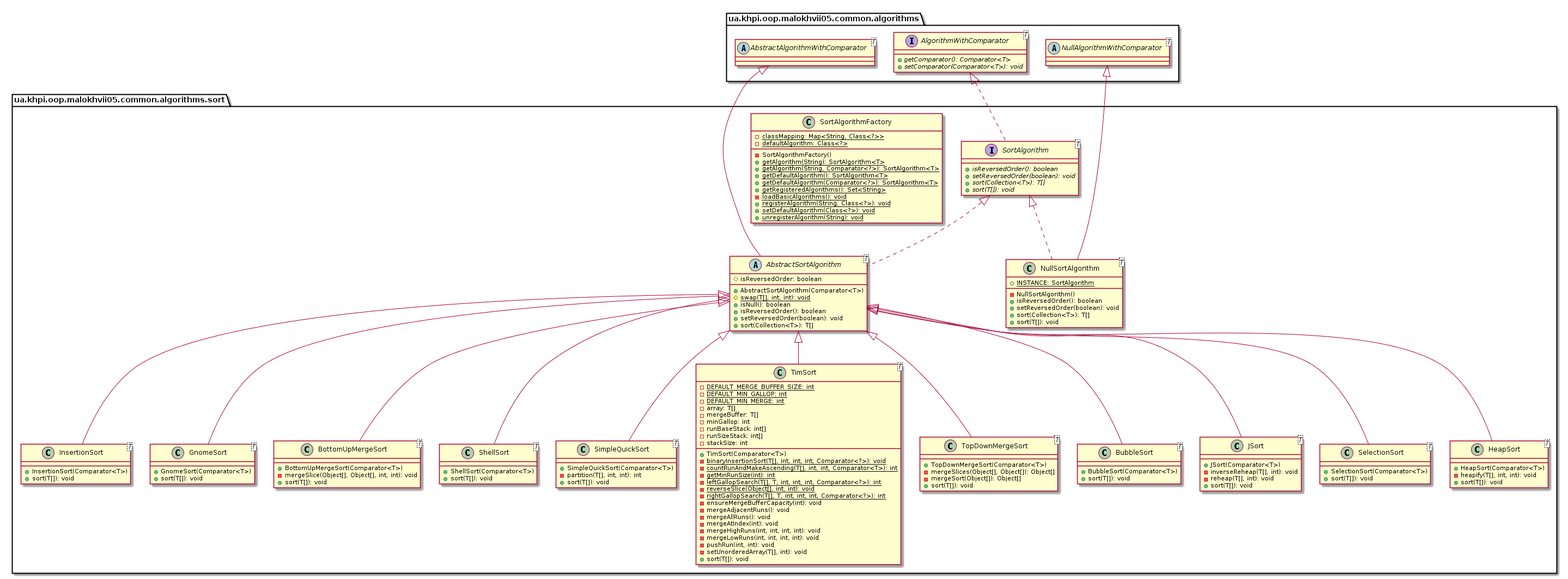
Before: malokhvii-eduard/malokhvii05/doc/plantuml/png/ua.khpi.oop.malokhvii05.common.algorithms.sort.package.png, a diagram exported from PlantUML (P-Kalin/kit26a).
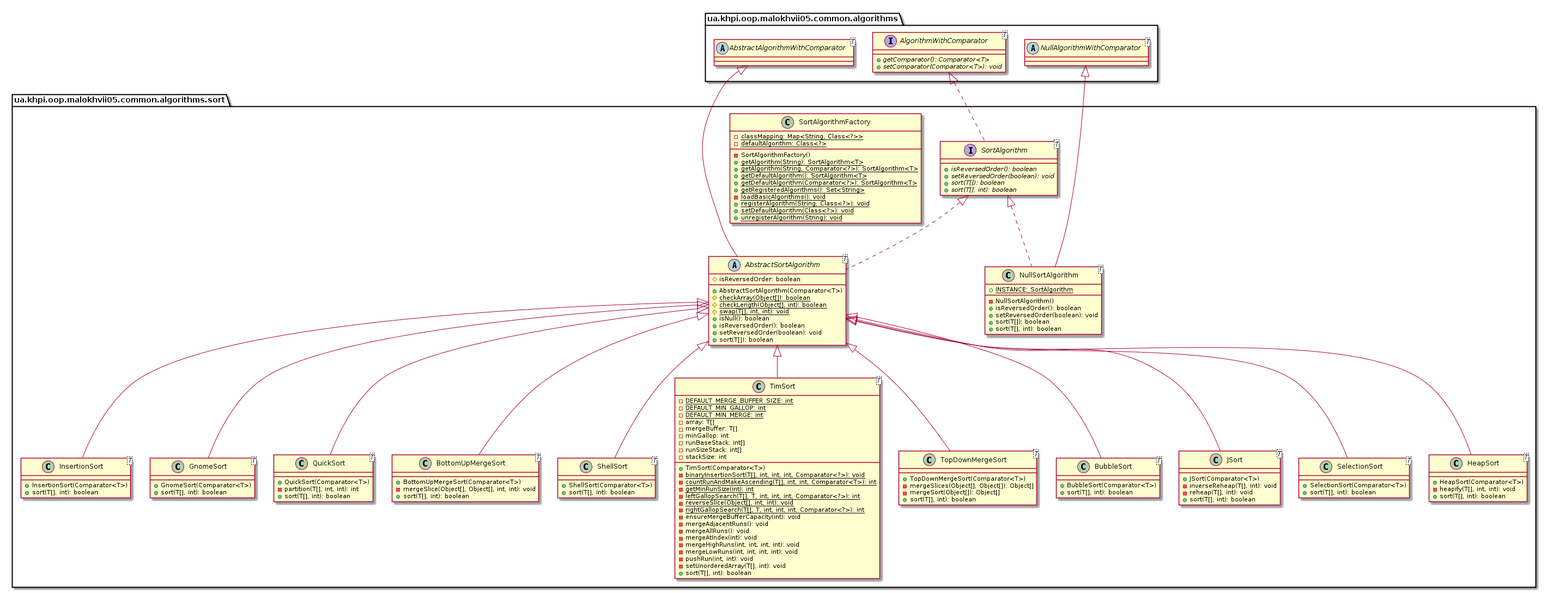
After the change.

Change to the diagram source:
```diff
@@ -4,40 +4,48 @@
 
         class InsertionSort<T> {
             +InsertionSort(Comparator<T>)
-            +sort(T[]): void
+            +sort(T[], int): boolean
         }
 
         class GnomeSort<T> {
             +GnomeSort(Comparator<T>)
-            +sort(T[]): void
+            +sort(T[], int): boolean
         }
 
         abstract class AbstractSortAlgorithm<T> {
             #isReversedOrder: boolean
             +AbstractSortAlgorithm(Comparator<T>)
+            {static} #checkArray(Object[]): boolean
+            {static} #checkLength(Object[], int): boolean
             {static} #swap(T[], int, int): void
             +isNull(): boolean
             +isReversedOrder(): boolean
             +setReversedOrder(boolean): void
-            +sort(Collection<T>): T[]
+            +sort(T[]): boolean
+        }
+
+        class QuickSort<T> {
+            +QuickSort(Comparator<T>)
+            -partition(T[], int, int): int
+            +sort(T[], int): boolean
         }
 
         interface SortAlgorithm<T> {
             {abstract} +isReversedOrder(): boolean
             {abstract} +setReversedOrder(boolean): void
-            {abstract} +sort(Collection<T>): T[]
-            {abstract} +sort(T[]): void
+            {abstract} +sort(T[]): boolean
+            {abstract} +sort(T[], int): boolean
         }
 
         class BottomUpMergeSort<T> {
             +BottomUpMergeSort(Comparator<T>)
             -mergeSlice(Object[], Object[], int, int): void
-            +sort(T[]): void
+            +sort(T[], int): boolean
         }
 
         class ShellSort<T> {
             +ShellSort(Comparator<T>)
-            +sort(T[]): void
+            +sort(T[], int): boolean
         }
 
         class SortAlgorithmFactory {
@@ -53,12 +61,6 @@
             {static} +registerAlgorithm(String, Class<?>): void
             {static} +setDefaultAlgorithm(Class<?>): void
             {static} +unregisterAlgorithm(String): void
-        }
-
-        class SimpleQuickSort<T> {
-            +SimpleQuickSort(Comparator<T>)
-            -partition(T[], int, int): int
-            +sort(T[]): void
         }
 
         class TimSort<T> {
@@ -86,37 +88,37 @@
             -mergeLowRuns(int, int, int, int): void
             -pushRun(int, int): void
             -setUnorderedArray(T[], int): void
-            +sort(T[]): void
+            +sort(T[], int): boolean
         }
 
         class TopDownMergeSort<T> {
             +TopDownMergeSort(Comparator<T>)
             -mergeSlices(Object[], Object[]): Object[]
             -mergeSort(Object[]): Object[]
-            +sort(T[]): void
+            +sort(T[], int): boolean
         }
 
         class BubbleSort<T> {
             +BubbleSort(Comparator<T>)
-            +sort(T[]): void
+            +sort(T[], int): boolean
         }
 
         class JSort<T> {
             +JSort(Comparator<T>)
             -inverseReheap(T[], int): void
             -reheap(T[], int): void
-            +sort(T[]): void
+            +sort(T[], int): boolean
         }
 
         class SelectionSort<T> {
             +SelectionSort(Comparator<T>)
-            +sort(T[]): void
+            +sort(T[], int): boolean
         }
 
         class HeapSort<T> {
             +HeapSort(Comparator<T>)
             -heapify(T[], int, int): void
-            +sort(T[]): void
+            +sort(T[], int): boolean
         }
 
         class NullSortAlgorithm<T> {
@@ -124,8 +126,8 @@
             -NullSortAlgorithm()
             +isReversedOrder(): boolean
             +setReversedOrder(boolean): void
-            +sort(Collection<T>): T[]
-            +sort(T[]): void
+            +sort(T[]): boolean
+            +sort(T[], int): boolean
         }
 
         AbstractSortAlgorithm <|-- InsertionSort
@@ -137,6 +139,8 @@
 
         SortAlgorithm <|.. AbstractSortAlgorithm
 
+        AbstractSortAlgorithm <|-- QuickSort
+
         interface ua.khpi.oop.malokhvii05.common.algorithms.AlgorithmWithComparator<T> {
             {abstract} +getComparator(): Comparator<T>
             {abstract} +setComparator(Comparator<T>): void
@@ -146,8 +150,6 @@
         AbstractSortAlgorithm <|-- BottomUpMergeSort
 
         AbstractSortAlgorithm <|-- ShellSort
-
-        AbstractSortAlgorithm <|-- SimpleQuickSort
 
         AbstractSortAlgorithm <|-- TimSort
 
```
